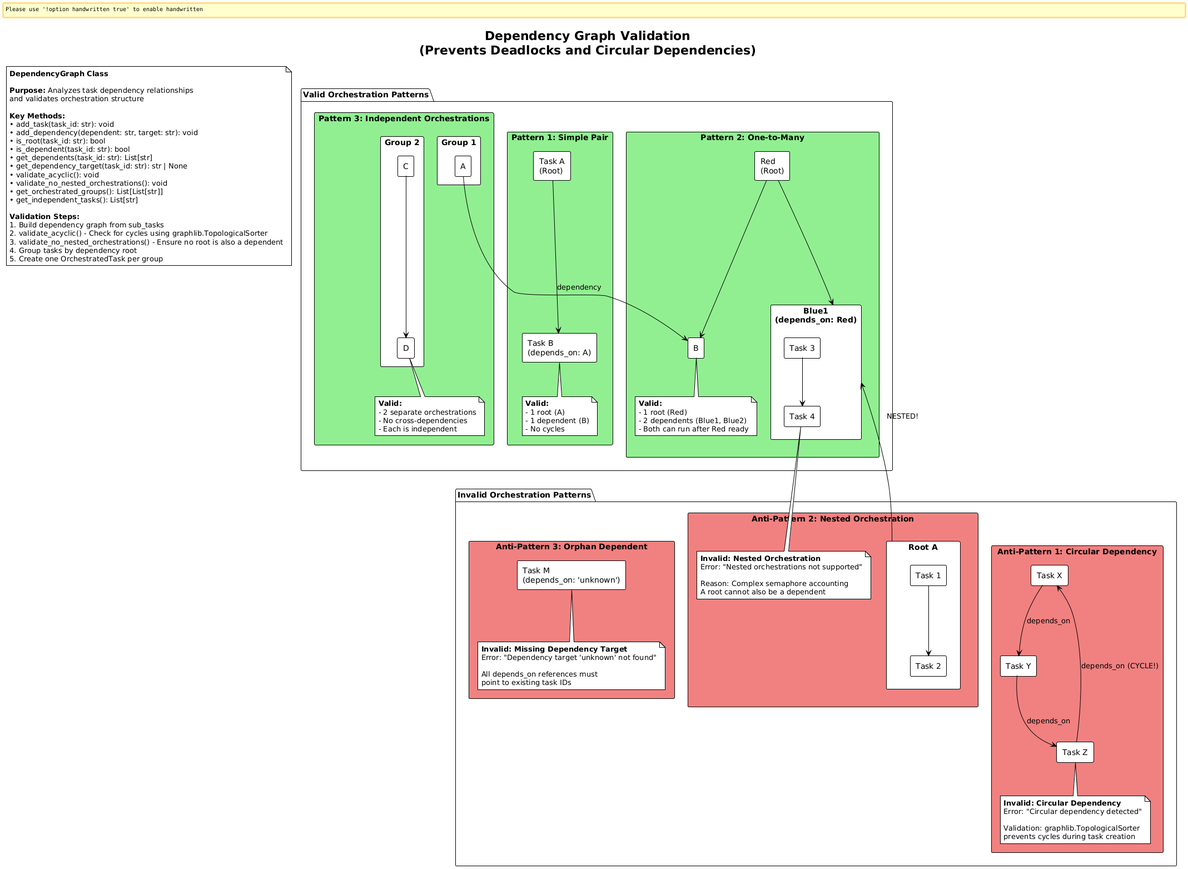
This is docs/assets/architecture/Dependency Graph Validation.png from microsoft/ACES, a PlantUML export, as it was before one commit.
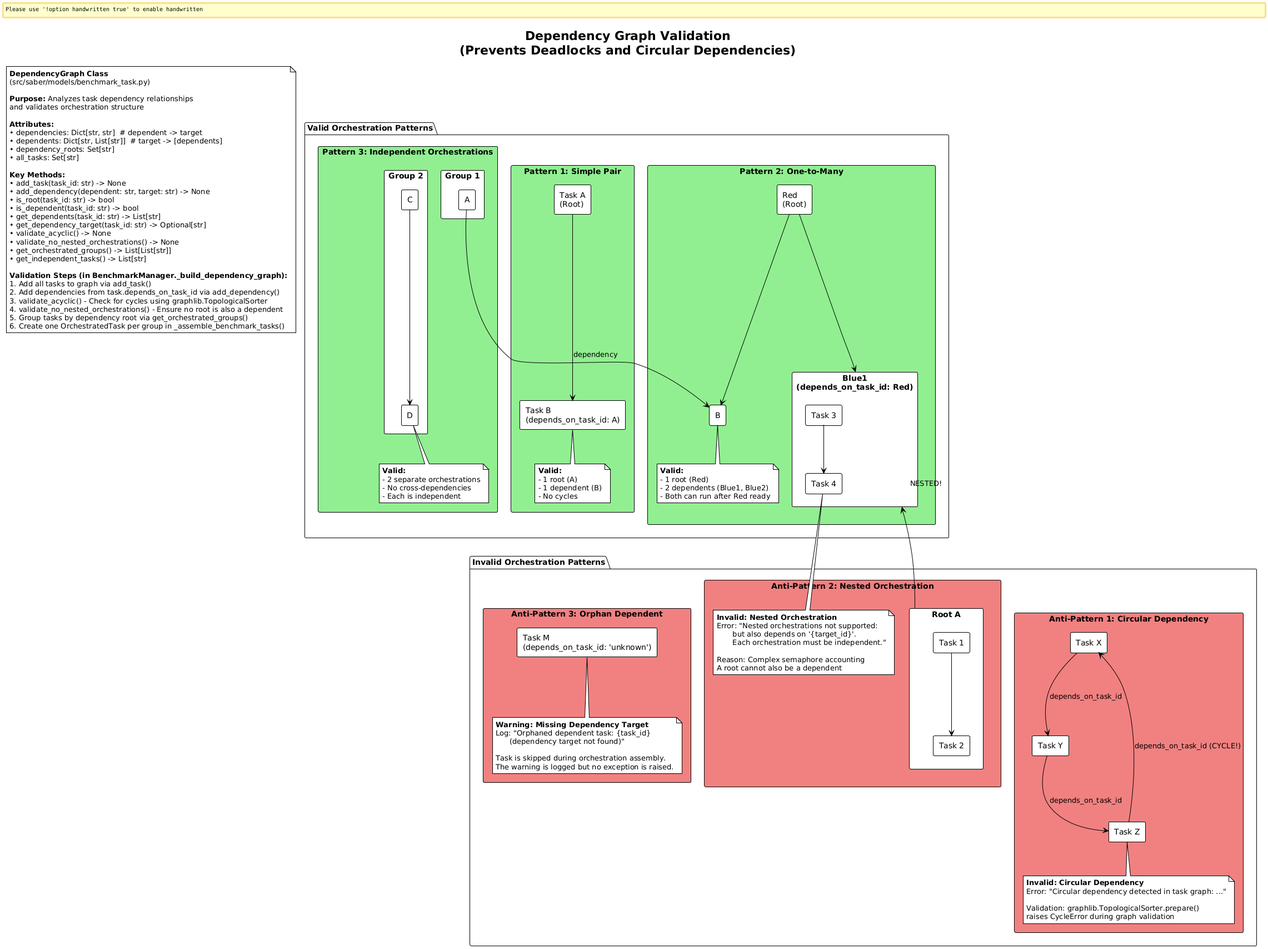
After the change.

What changed in the source:
```diff
@@ -9,7 +9,7 @@
 package "Valid Orchestration Patterns" {
   rectangle "Pattern 1: Simple Pair" #LightGreen {
     rectangle "Task A\n(Root)" as A1
-    rectangle "Task B\n(depends_on: A)" as B1
+    rectangle "Task B\n(depends_on_task_id: A)" as B1
     A1 --> B1 : dependency
 
     note bottom
@@ -22,8 +22,8 @@
 
   rectangle "Pattern 2: One-to-Many" #LightGreen {
     rectangle "Red\n(Root)" as R2
-    rectangle "Blue1\n(depends_on: Red)" as B2
-    rectangle "Blue2\n(depends_on: Red)" as B3
+    rectangle "Blue1\n(depends_on_task_id: Red)" as B2
+    rectangle "Blue2\n(depends_on_task_id: Red)" as B3
     R2 --> B2
     R2 --> B3
 
@@ -62,16 +62,16 @@
     rectangle "Task X" as X1
     rectangle "Task Y" as Y1
     rectangle "Task Z" as Z1
-    X1 --> Y1 : depends_on
-    Y1 --> Z1 : depends_on
-    Z1 --> X1 : depends_on (CYCLE!)
+    X1 --> Y1 : depends_on_task_id
+    Y1 --> Z1 : depends_on_task_id
+    Z1 --> X1 : depends_on_task_id (CYCLE!)
 
     note bottom
       **Invalid: Circular Dependency**
-      Error: "Circular dependency detected"
+      Error: "Circular dependency detected in task graph: ..."
 
-      Validation: graphlib.TopologicalSorter
-      prevents cycles during task creation
+      Validation: graphlib.TopologicalSorter.prepare()
+      raises CycleError during graph validation
     end note
   }
 
@@ -81,7 +81,7 @@
       rectangle "Task 2" as T2
       T1 --> T2
     }
-    rectangle "Root B\n(depends_on: Root A)" as B2 {
+    rectangle "Root B\n(depends_on_task_id: Root A)" as B2 {
       rectangle "Task 3" as T3
       rectangle "Task 4" as T4
       T3 --> T4
@@ -90,7 +90,9 @@
 
     note bottom
       **Invalid: Nested Orchestration**
-      Error: "Nested orchestrations not supported"
+      Error: "Nested orchestrations not supported:
+             but also depends on '{target_id}'.
+             Each orchestration must be independent."
 
       Reason: Complex semaphore accounting
       A root cannot also be a dependent
@@ -98,42 +100,51 @@
   }
 
   rectangle "Anti-Pattern 3: Orphan Dependent" #LightCoral {
-    rectangle "Task M\n(depends_on: 'unknown')" as M1
+    rectangle "Task M\n(depends_on_task_id: 'unknown')" as M1
 
     note bottom
-      **Invalid: Missing Dependency Target**
-      Error: "Dependency target 'unknown' not found"
+      **Warning: Missing Dependency Target**
+      Log: "Orphaned dependent task: {task_id}
+            (dependency target not found)"
 
-      All depends_on references must
-      point to existing task IDs
+      Task is skipped during orchestration assembly.
+      The warning is logged but no exception is raised.
     end note
   }
 }
 
 note as ValidationSteps
   **DependencyGraph Class**
+  (src/saber/models/benchmark_task.py)
 
   **Purpose:** Analyzes task dependency relationships
   and validates orchestration structure
 
+  **Attributes:**
+  • dependencies: Dict[str, str]  # dependent -> target
+  • dependents: Dict[str, List[str]]  # target -> [dependents]
+  • dependency_roots: Set[str]
+  • all_tasks: Set[str]
+
   **Key Methods:**
-  • add_task(task_id: str): void
-  • add_dependency(dependent: str, target: str): void
-  • is_root(task_id: str): bool
-  • is_dependent(task_id: str): bool
-  • get_dependents(task_id: str): List[str]
-  • get_dependency_target(task_id: str): str | None
-  • validate_acyclic(): void
-  • validate_no_nested_orchestrations(): void
-  • get_orchestrated_groups(): List[List[str]]
-  • get_independent_tasks(): List[str]
+  • add_task(task_id: str) -> None
+  • add_dependency(dependent: str, target: str) -> None
+  • is_root(task_id: str) -> bool
+  • is_dependent(task_id: str) -> bool
+  • get_dependents(task_id: str) -> List[str]
+  • get_dependency_target(task_id: str) -> Optional[str]
+  • validate_acyclic() -> None
+  • validate_no_nested_orchestrations() -> None
+  • get_orchestrated_groups() -> List[List[str]]
+  • get_independent_tasks() -> List[str]
 
-  **Validation Steps:**
-  1. Build dependency graph from sub_tasks
-  2. validate_acyclic() - Check for cycles using graphlib.TopologicalSorter
-  3. validate_no_nested_orchestrations() - Ensure no root is also a dependent
-  4. Group tasks by dependency root
-  5. Create one OrchestratedTask per group
+  **Validation Steps (in BenchmarkManager._build_dependency_graph):**
+  1. Add all tasks to graph via add_task()
+  2. Add dependencies from task.depends_on_task_id via add_dependency()
+  3. validate_acyclic() - Check for cycles using graphlib.TopologicalSorter
+  4. validate_no_nested_orchestrations() - Ensure no root is also a dependent
+  5. Group tasks by dependency root via get_orchestrated_groups()
+  6. Create one OrchestratedTask per group in _assemble_benchmark_tasks()
 end note
 
 @enduml
```
